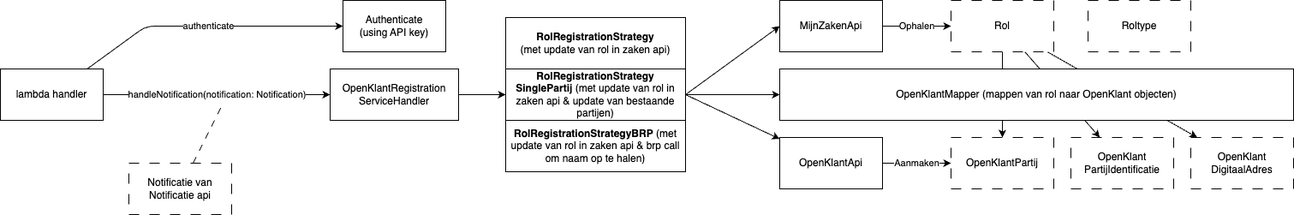
Before: src/services/OpenKlantRegistrationService/docs/implementatie.drawio.png, a diagram exported from draw.io (GemeenteNijmegen/mijn-services). Source tidied: cells renumbered, new cells last; positions are measured from the earlier drawing's top-left corner, leaving out a move shared by most shapes.
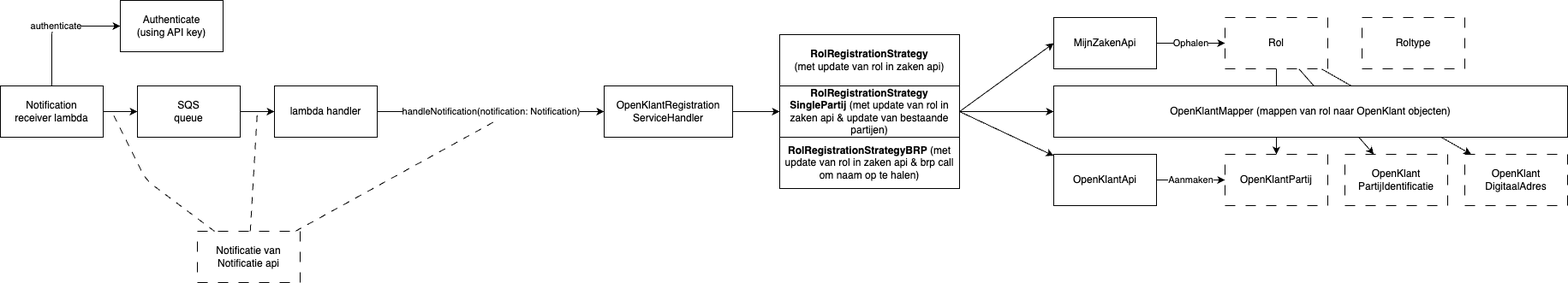
Above is the later version.

Commit message:
docs: update implementation view with queue

Diff of the diagram source:
```diff
@@ -3,15 +3,15 @@
     <mxCell id="0" />
     <mxCell id="1" parent="0" />
     <mxCell id="2" value="Authenticate&lt;br&gt;(using API key)" style="rounded=0;whiteSpace=wrap;html=1;" parent="1" vertex="1">
-      <mxGeometry x="400" width="120" height="60" as="geometry" />
+      <mxGeometry x="-180" y="-20" width="120" height="60" as="geometry" />
     </mxCell>
     <mxCell id="3" value="handleNotification(notification: Notification)" style="edgeStyle=none;html=1;" parent="1" edge="1" source="5" target="10">
       <mxGeometry relative="1" as="geometry" />
     </mxCell>
-    <mxCell id="4" value="authenticate" style="edgeStyle=none;html=1;entryX=0;entryY=0.5;entryDx=0;entryDy=0;" parent="1" edge="1" source="5" target="2">
+    <mxCell id="4" value="authenticate" style="edgeStyle=none;html=1;entryX=0;entryY=0.5;entryDx=0;entryDy=0;exitX=0.5;exitY=0;exitDx=0;exitDy=0;" parent="1" edge="1" source="32" target="2">
       <mxGeometry relative="1" as="geometry">
         <Array as="points">
-          <mxPoint x="170" y="30" />
+          <mxPoint x="-260" y="10" />
         </Array>
       </mxGeometry>
     </mxCell>
@@ -75,7 +75,7 @@
       </mxGeometry>
     </mxCell>
     <mxCell id="24" value="Notificatie van Notificatie api" style="whiteSpace=wrap;html=1;rounded=0;dashed=1;dashPattern=12 12;" parent="1" vertex="1">
-      <mxGeometry x="150" y="190" width="120" height="60" as="geometry" />
+      <mxGeometry x="-90" y="250" width="120" height="60" as="geometry" />
     </mxCell>
     <mxCell id="25" value="Roltype" style="whiteSpace=wrap;html=1;rounded=0;dashed=1;dashPattern=12 12;" parent="1" vertex="1">
       <mxGeometry x="1270" width="120" height="60" as="geometry" />
@@ -89,5 +89,30 @@
     <mxCell id="28" value="&lt;b&gt;RolRegistrationStrategyBRP&lt;/b&gt; (met update van rol in zaken api &amp;amp; brp call om naam op te halen)" style="rounded=0;whiteSpace=wrap;html=1;" parent="1" vertex="1">
       <mxGeometry x="590" y="140" width="210" height="60" as="geometry" />
     </mxCell>
+    <mxCell id="29" style="edgeStyle=none;html=1;" parent="1" edge="1" source="30" target="5">
+      <mxGeometry relative="1" as="geometry" />
+    </mxCell>
+    <mxCell id="30" value="SQS&lt;br&gt;queue" style="rounded=0;whiteSpace=wrap;html=1;" parent="1" vertex="1">
+      <mxGeometry x="-160" y="80" width="120" height="60" as="geometry" />
+    </mxCell>
+    <mxCell id="31" style="edgeStyle=none;html=1;" parent="1" edge="1" source="32" target="30">
+      <mxGeometry relative="1" as="geometry" />
+    </mxCell>
+    <mxCell id="32" value="Notification &lt;br&gt;receiver lambda" style="rounded=0;whiteSpace=wrap;html=1;" parent="1" vertex="1">
+      <mxGeometry x="-320" y="80" width="120" height="60" as="geometry" />
+    </mxCell>
+    <mxCell id="33" style="edgeStyle=none;html=1;endArrow=none;endFill=0;dashed=1;dashPattern=8 8;" parent="1" edge="1" source="24">
+      <mxGeometry relative="1" as="geometry">
+        <mxPoint x="-20" y="110" as="targetPoint" />
+      </mxGeometry>
+    </mxCell>
+    <mxCell id="34" style="edgeStyle=none;html=1;endArrow=none;endFill=0;dashed=1;dashPattern=8 8;" parent="1" edge="1" source="24">
+      <mxGeometry relative="1" as="geometry">
+        <mxPoint x="-190" y="110" as="targetPoint" />
+        <Array as="points">
+          <mxPoint x="-150" y="190" />
+        </Array>
+      </mxGeometry>
+    </mxCell>
   </root>
 </mxGraphModel>
```
